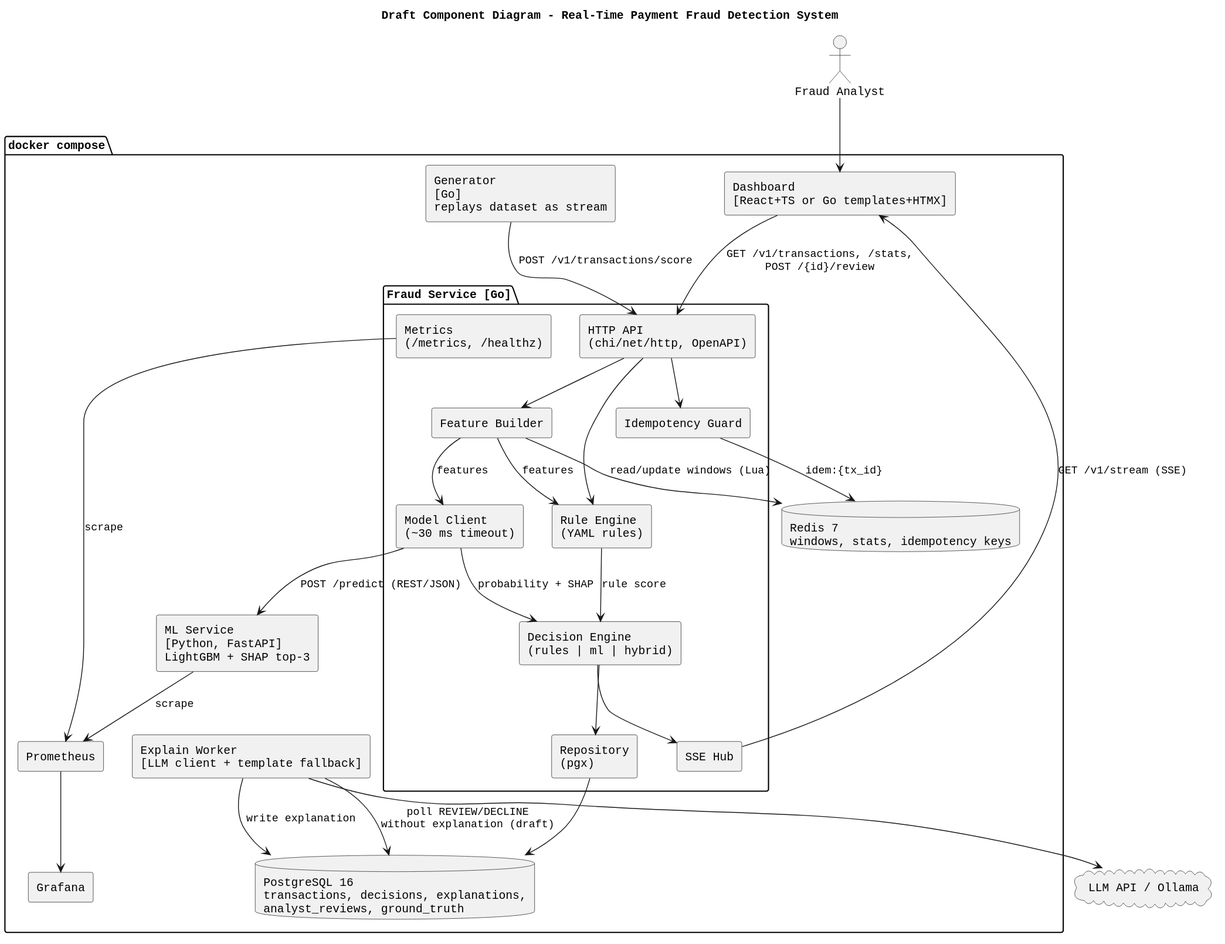
Before: architecture/03_component.svg, a diagram exported from PlantUML (Akniyeet/payment-fraud-detection-system).
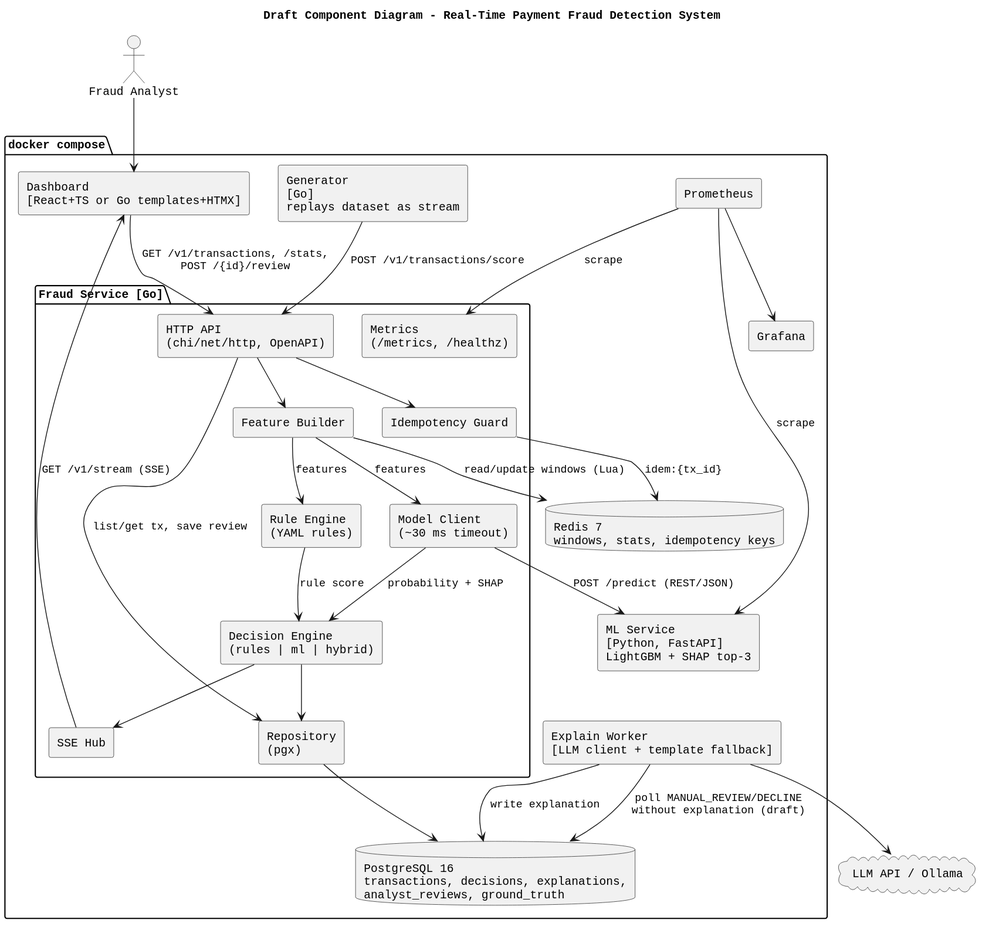
After the commit.

The edit, as a diff of the source:
```diff
@@ -38,8 +38,8 @@
 api --> idem
 idem --> redis : idem:{tx_id}
 api --> fb
+api --> repo : list/get tx, save review
 fb --> redis : read/update windows (Lua)
-api --> re
 fb --> re : features
 fb --> mc : features
 mc --> ml : POST /predict (REST/JSON)
@@ -53,11 +53,11 @@
 dash --> api : GET /v1/transactions, /stats,\nPOST /{id}/review
 dash <-- sse : GET /v1/stream (SSE)
 
-ew --> pg : poll REVIEW/DECLINE\nwithout explanation (draft)
+ew --> pg : poll MANUAL_REVIEW/DECLINE\nwithout explanation (draft)
 ew --> llm
 ew --> pg : write explanation
 
-met --> prom : scrape
-ml --> prom : scrape
+prom --> met : scrape
+prom --> ml : scrape
 prom --> graf
 @enduml
```
